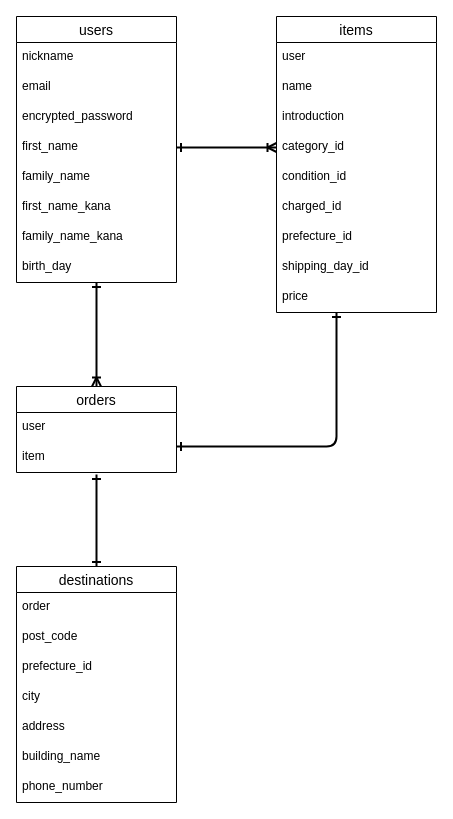
nohohon1820/furima-39067 keeps this draw.io diagram as furima-39067.dio. Above is the earlier version. Source tidied: cells renumbered, new cells numbered last; positions are measured from the earlier drawing's top-left corner, leaving out a move shared by most shapes. Both pictures are drawn from the tidied source at 100%, with x=0, y=0 at pixel (-174, 16).
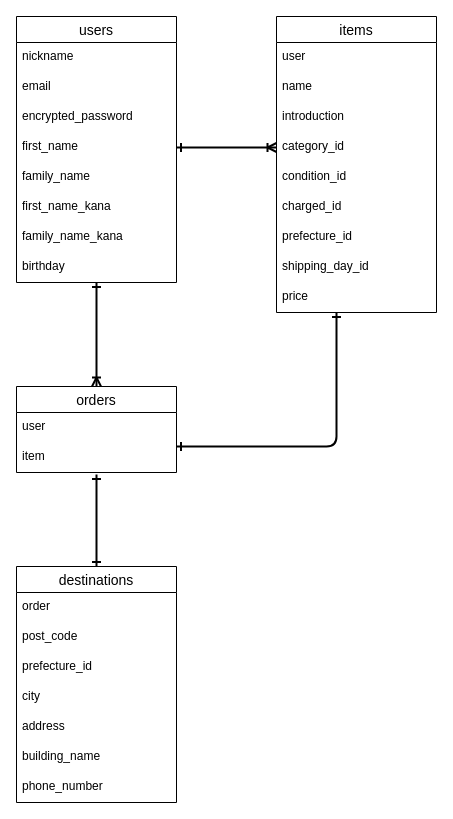
The same diagram, later.

Unchanged cells that the change refers to:
```xml
<mxCell id="2" value="users" style="swimlane;fontStyle=0;horizontal=1;startSize=26;align=center;fontSize=14;" parent="1" vertex="1">
  <mxGeometry x="190" width="160" height="266" as="geometry" />
</mxCell>
```

The edit, as a diff of the source:
```diff
@@
-    <mxCell id="10" value="birth_day" style="text;strokeColor=none;fillColor=none;spacingLeft=4;spacingRight=4;overflow=hidden;fontSize=12;" parent="2" vertex="1">
+    <mxCell id="10" value="birthday" style="text;strokeColor=none;fillColor=none;spacingLeft=4;spacingRight=4;overflow=hidden;fontSize=12;" parent="2" vertex="1">
       <mxGeometry y="236" width="160" height="30" as="geometry" />
     </mxCell>
```
